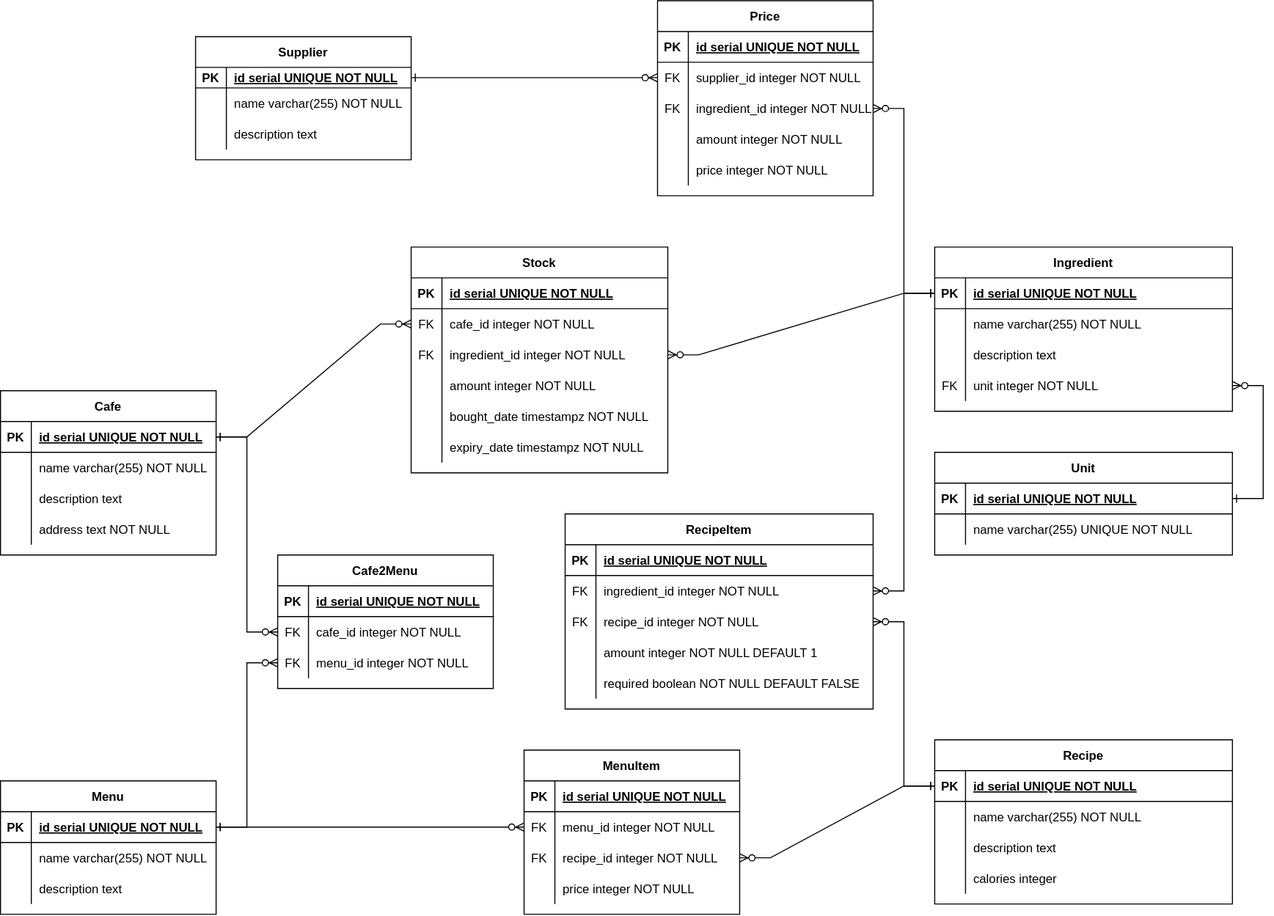
zubrailx/university-itmo keeps this draw.io diagram as doc/fig/datalogical.svg. Above is the earlier version. Source tidied: cells renumbered, new cells last; positions are measured from the earlier drawing's top-left corner, leaving out a move shared by most shapes.
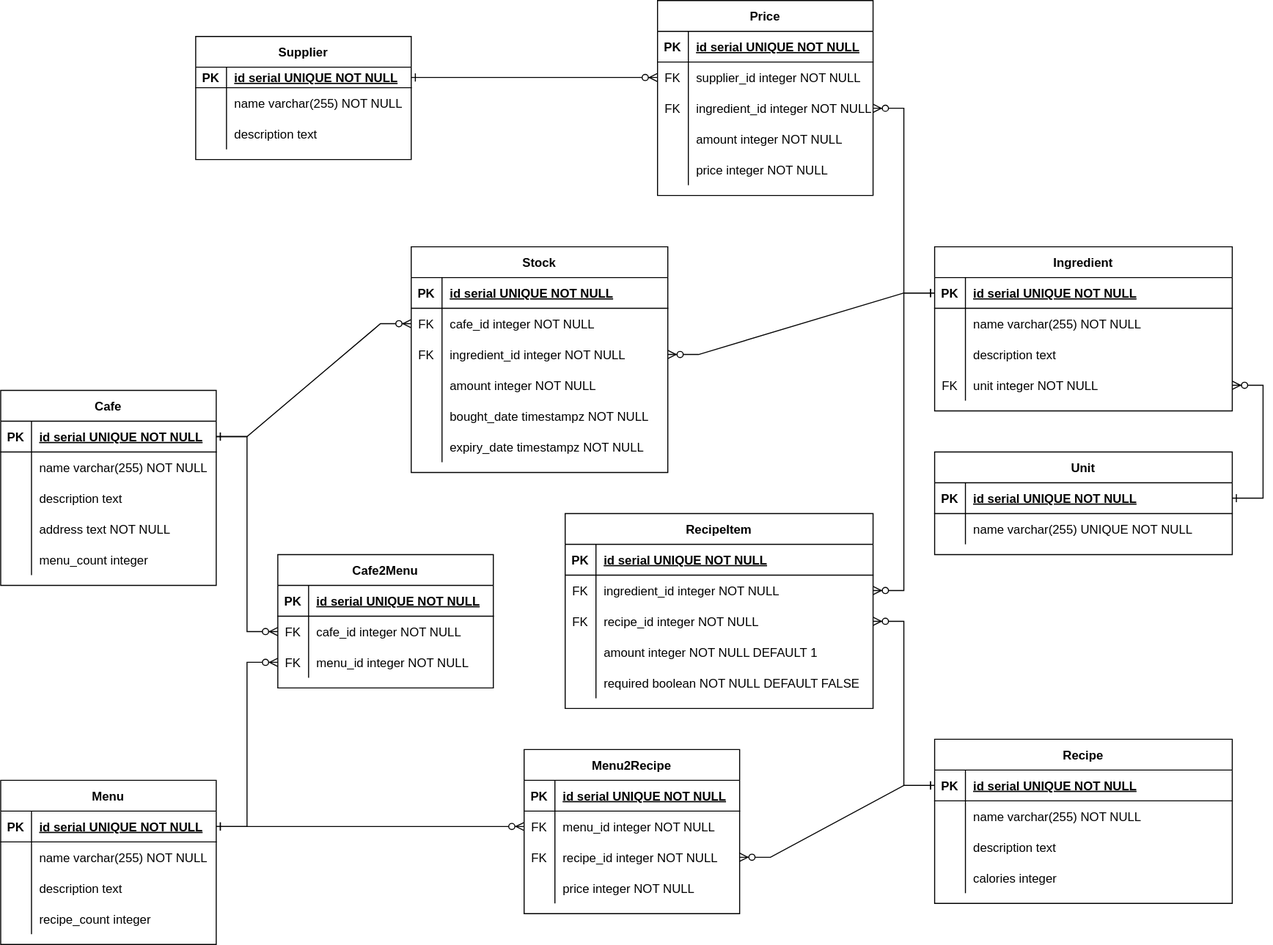
Later version of the same file.

Diff of the diagram source:
```diff
@@ -111,7 +111,7 @@
       <mxGeometry x="30" width="260" height="30" as="geometry" />
     </mxCell>
     <mxCell id="38" value="Menu" style="shape=table;startSize=30;rowLines=0;fontStyle=1;align=center;" parent="1" vertex="1">
-      <mxGeometry y="760" width="210" height="130" as="geometry" />
+      <mxGeometry y="760" width="210" height="160" as="geometry" />
     </mxCell>
     <mxCell id="39" style="shape=tableRow;horizontal=0;startSize=0;swimlaneHead=0;swimlaneBody=0;fillColor=none;points=[[0,0.5],[1,0.5]];portConstraint=eastwest;top=0;left=0;right=0;bottom=1;" parent="38" vertex="1">
       <mxGeometry y="30" width="210" height="30" as="geometry" />
@@ -140,8 +140,17 @@
     <mxCell id="47" value="description text" style="shape=partialRectangle;fillColor=none;top=0;left=0;bottom=0;right=0;align=left;spacingLeft=6;overflow=hidden;" parent="45" vertex="1">
       <mxGeometry x="30" width="180" height="30" as="geometry" />
     </mxCell>
+    <mxCell id="153" style="shape=tableRow;horizontal=0;startSize=0;swimlaneHead=0;swimlaneBody=0;fillColor=none;top=0;left=0;right=0;bottom=0;" parent="38" vertex="1">
+      <mxGeometry y="120" width="210" height="30" as="geometry" />
+    </mxCell>
+    <mxCell id="154" style="shape=partialRectangle;fillColor=none;top=0;left=0;bottom=0;right=0;overflow=hidden;" parent="153" vertex="1">
+      <mxGeometry width="30" height="30" as="geometry" />
+    </mxCell>
+    <mxCell id="155" value="recipe_count integer" style="shape=partialRectangle;fillColor=none;top=0;left=0;bottom=0;right=0;align=left;spacingLeft=6;overflow=hidden;" parent="153" vertex="1">
+      <mxGeometry x="30" width="180" height="30" as="geometry" />
+    </mxCell>
     <mxCell id="48" value="Cafe" style="shape=table;startSize=30;rowLines=0;fontStyle=1;align=center;" parent="1" vertex="1">
-      <mxGeometry y="380" width="210" height="160" as="geometry" />
+      <mxGeometry y="380" width="210" height="190" as="geometry" />
     </mxCell>
     <mxCell id="49" style="shape=tableRow;horizontal=0;startSize=0;swimlaneHead=0;swimlaneBody=0;fillColor=none;points=[[0,0.5],[1,0.5]];portConstraint=eastwest;top=0;left=0;right=0;bottom=1;" parent="48" vertex="1">
       <mxGeometry y="30" width="210" height="30" as="geometry" />
@@ -179,6 +188,15 @@
     <mxCell id="60" value="address text NOT NULL" style="shape=partialRectangle;fillColor=none;top=0;left=0;bottom=0;right=0;align=left;spacingLeft=6;overflow=hidden;" parent="58" vertex="1">
       <mxGeometry x="30" width="180" height="30" as="geometry" />
     </mxCell>
+    <mxCell id="156" style="shape=tableRow;horizontal=0;startSize=0;swimlaneHead=0;swimlaneBody=0;fillColor=none;top=0;left=0;right=0;bottom=0;" parent="48" vertex="1">
+      <mxGeometry y="150" width="210" height="30" as="geometry" />
+    </mxCell>
+    <mxCell id="157" style="shape=partialRectangle;fillColor=none;top=0;left=0;bottom=0;right=0;overflow=hidden;" parent="156" vertex="1">
+      <mxGeometry width="30" height="30" as="geometry" />
+    </mxCell>
+    <mxCell id="158" value="menu_count integer" style="shape=partialRectangle;fillColor=none;top=0;left=0;bottom=0;right=0;align=left;spacingLeft=6;overflow=hidden;" parent="156" vertex="1">
+      <mxGeometry x="30" width="180" height="30" as="geometry" />
+    </mxCell>
     <mxCell id="61" value="Price" style="shape=table;startSize=30;rowLines=0;fontStyle=1;align=center;" parent="1" vertex="1">
       <mxGeometry x="640" width="210" height="190" as="geometry" />
     </mxCell>
@@ -314,7 +332,7 @@
     <mxCell id="105" value="menu_id integer NOT NULL" style="shape=partialRectangle;fillColor=none;top=0;left=0;bottom=0;right=0;align=left;spacingLeft=6;overflow=hidden;" parent="103" vertex="1">
       <mxGeometry x="30" width="180" height="30" as="geometry" />
     </mxCell>
-    <mxCell id="106" value="MenuItem" style="shape=table;startSize=30;rowLines=0;fontStyle=1;align=center;" parent="1" vertex="1">
+    <mxCell id="106" value="Menu2Recipe" style="shape=table;startSize=30;rowLines=0;fontStyle=1;align=center;" parent="1" vertex="1">
       <mxGeometry x="510" y="730" width="210" height="160" as="geometry" />
     </mxCell>
     <mxCell id="107" style="shape=tableRow;horizontal=0;startSize=0;swimlaneHead=0;swimlaneBody=0;fillColor=none;top=0;left=0;right=0;bottom=1;" parent="106" vertex="1">
```
